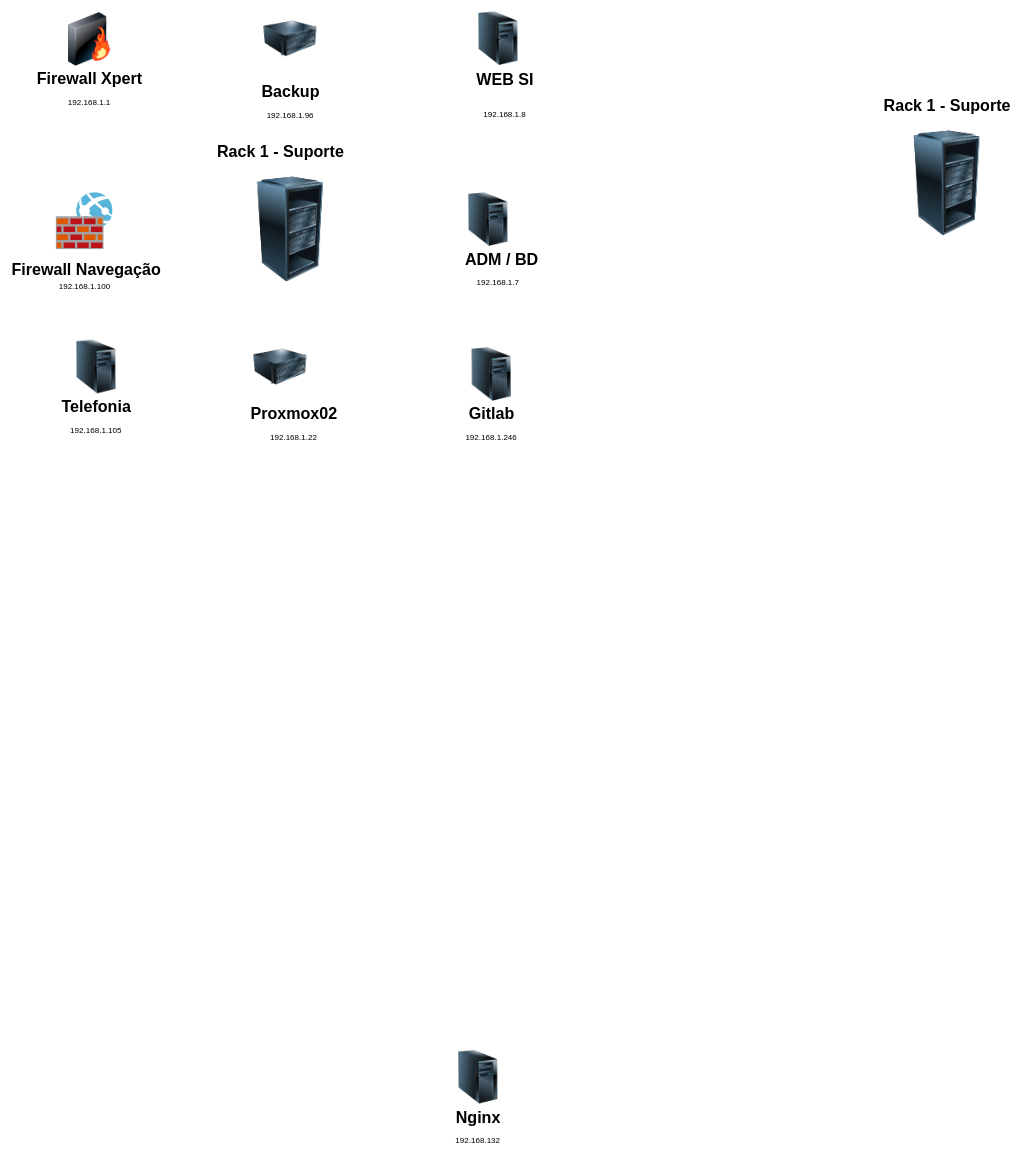
Earlier version of the draw.io diagram Diagrama Xpert.drawio (vagnerxpert/teste). Source tidied: cells renumbered, new cells numbered last; positions are measured from the earlier drawing's top-left corner, leaving out a move shared by most shapes. Both pictures are drawn from the tidied source at 67%, with x=0, y=0 at pixel (50, 11).
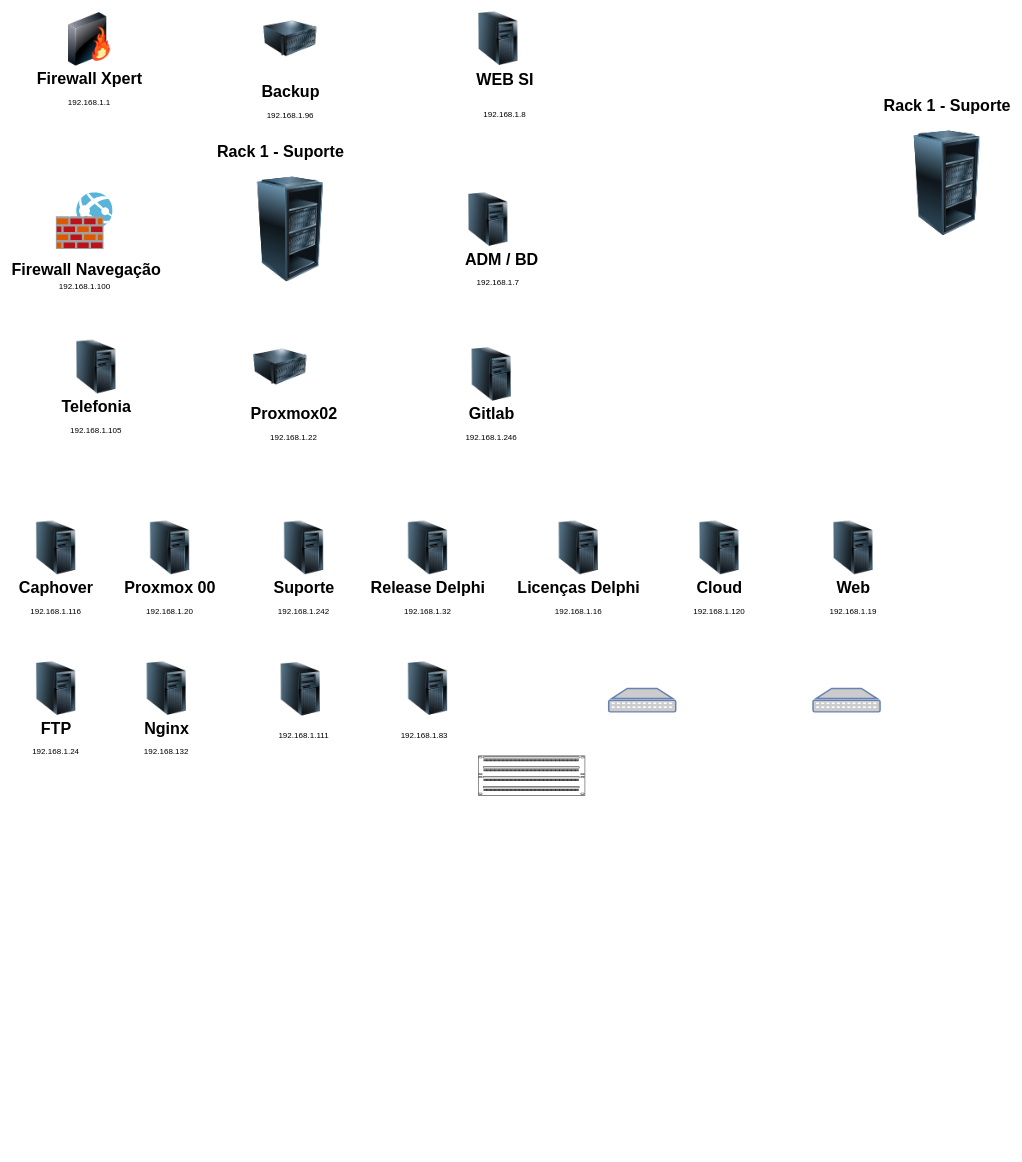
After the change.

The edit, as a diff of the source:
```diff
@@
     <mxCell id="8" style="image;html=1;image=img/lib/clip_art/computers/Server_Tower_128x128.png;labelBackgroundColor=none;" parent="1" vertex="1">
-      <mxGeometry x="598" y="1550" width="80" height="80" as="geometry" />
+      <mxGeometry x="133" y="970" width="80" height="80" as="geometry" />
     </mxCell>
@@
     <mxCell id="23" value="Nginx" style="text;strokeColor=none;fillColor=none;html=1;fontSize=24;fontStyle=1;verticalAlign=middle;align=center;" parent="1" vertex="1">
-      <mxGeometry x="588" y="1631" width="100" height="40" as="geometry" />
+      <mxGeometry x="123" y="1051" width="100" height="40" as="geometry" />
     </mxCell>
     <mxCell id="24" value="192.168.132" style="text;html=1;whiteSpace=wrap;strokeColor=none;fillColor=none;align=center;verticalAlign=middle;rounded=0;" parent="1" vertex="1">
-      <mxGeometry x="593" y="1670" width="90" height="30" as="geometry" />
+      <mxGeometry x="128" y="1090" width="90" height="30" as="geometry" />
     </mxCell>
@@
+    <mxCell id="33" style="image;html=1;image=img/lib/clip_art/computers/Server_Tower_128x128.png;labelBackgroundColor=none;" parent="1" vertex="1">
+      <mxGeometry x="-32" y="760" width="80" height="80" as="geometry" />
+    </mxCell>
+    <mxCell id="34" value="Caphover" style="text;strokeColor=none;fillColor=none;html=1;fontSize=24;fontStyle=1;verticalAlign=middle;align=center;" parent="1" vertex="1">
+      <mxGeometry x="-42" y="840" width="100" height="40" as="geometry" />
+    </mxCell>
+    <mxCell id="35" value="192.168.1.116" style="text;html=1;whiteSpace=wrap;strokeColor=none;fillColor=none;align=center;verticalAlign=middle;rounded=0;" parent="1" vertex="1">
+      <mxGeometry x="-42" y="880" width="100" height="30" as="geometry" />
+    </mxCell>
+    <mxCell id="36" style="image;html=1;image=img/lib/clip_art/computers/Server_Tower_128x128.png;labelBackgroundColor=none;" parent="1" vertex="1">
+      <mxGeometry x="138" y="760" width="80" height="80" as="geometry" />
+    </mxCell>
+    <mxCell id="37" value="Proxmox 00" style="text;strokeColor=none;fillColor=none;html=1;fontSize=24;fontStyle=1;verticalAlign=middle;align=center;" parent="1" vertex="1">
+      <mxGeometry x="128" y="840" width="100" height="40" as="geometry" />
+    </mxCell>
+    <mxCell id="38" value="192.168.1.20" style="text;html=1;whiteSpace=wrap;strokeColor=none;fillColor=none;align=center;verticalAlign=middle;rounded=0;" parent="1" vertex="1">
+      <mxGeometry x="133" y="880" width="90" height="30" as="geometry" />
+    </mxCell>
+    <mxCell id="39" style="image;html=1;image=img/lib/clip_art/computers/Server_Tower_128x128.png;labelBackgroundColor=none;" parent="1" vertex="1">
+      <mxGeometry x="338" y="760" width="80" height="80" as="geometry" />
+    </mxCell>
+    <mxCell id="40" value="Suporte" style="text;strokeColor=none;fillColor=none;html=1;fontSize=24;fontStyle=1;verticalAlign=middle;align=center;" parent="1" vertex="1">
+      <mxGeometry x="328" y="840" width="100" height="40" as="geometry" />
+    </mxCell>
+    <mxCell id="41" value="192.168.1.242" style="text;html=1;whiteSpace=wrap;strokeColor=none;fillColor=none;align=center;verticalAlign=middle;rounded=0;" parent="1" vertex="1">
+      <mxGeometry x="328" y="880" width="100" height="30" as="geometry" />
+    </mxCell>
+    <mxCell id="42" style="image;html=1;image=img/lib/clip_art/computers/Server_Tower_128x128.png;labelBackgroundColor=none;" parent="1" vertex="1">
+      <mxGeometry x="523" y="760" width="80" height="80" as="geometry" />
+    </mxCell>
+    <mxCell id="43" value="Release Delphi" style="text;strokeColor=none;fillColor=none;html=1;fontSize=24;fontStyle=1;verticalAlign=middle;align=center;" parent="1" vertex="1">
+      <mxGeometry x="513" y="840" width="100" height="40" as="geometry" />
+    </mxCell>
+    <mxCell id="44" value="192.168.1.32" style="text;html=1;whiteSpace=wrap;strokeColor=none;fillColor=none;align=center;verticalAlign=middle;rounded=0;" parent="1" vertex="1">
+      <mxGeometry x="518" y="880" width="90" height="30" as="geometry" />
+    </mxCell>
+    <mxCell id="45" style="image;html=1;image=img/lib/clip_art/computers/Server_Tower_128x128.png;labelBackgroundColor=none;" parent="1" vertex="1">
+      <mxGeometry x="748" y="760" width="80" height="80" as="geometry" />
+    </mxCell>
+    <mxCell id="46" value="Licenças Delphi" style="text;strokeColor=none;fillColor=none;html=1;fontSize=24;fontStyle=1;verticalAlign=middle;align=center;" parent="1" vertex="1">
+      <mxGeometry x="738" y="840" width="100" height="40" as="geometry" />
+    </mxCell>
+    <mxCell id="47" value="192.168.1.16" style="text;html=1;whiteSpace=wrap;strokeColor=none;fillColor=none;align=center;verticalAlign=middle;rounded=0;" parent="1" vertex="1">
+      <mxGeometry x="743" y="880" width="90" height="30" as="geometry" />
+    </mxCell>
+    <mxCell id="48" style="image;html=1;image=img/lib/clip_art/computers/Server_Tower_128x128.png;labelBackgroundColor=none;" parent="1" vertex="1">
+      <mxGeometry x="958" y="760" width="80" height="80" as="geometry" />
+    </mxCell>
+    <mxCell id="49" value="Cloud" style="text;strokeColor=none;fillColor=none;html=1;fontSize=24;fontStyle=1;verticalAlign=middle;align=center;" parent="1" vertex="1">
+      <mxGeometry x="948" y="840" width="100" height="40" as="geometry" />
+    </mxCell>
+    <mxCell id="50" value="192.168.1.120" style="text;html=1;whiteSpace=wrap;strokeColor=none;fillColor=none;align=center;verticalAlign=middle;rounded=0;" parent="1" vertex="1">
+      <mxGeometry x="948" y="880" width="100" height="30" as="geometry" />
+    </mxCell>
+    <mxCell id="51" style="image;html=1;image=img/lib/clip_art/computers/Server_Tower_128x128.png;labelBackgroundColor=none;" parent="1" vertex="1">
+      <mxGeometry x="1158" y="760" width="80" height="80" as="geometry" />
+    </mxCell>
+    <mxCell id="52" value="Web" style="text;strokeColor=none;fillColor=none;html=1;fontSize=24;fontStyle=1;verticalAlign=middle;align=center;" parent="1" vertex="1">
+      <mxGeometry x="1148" y="840" width="100" height="40" as="geometry" />
+    </mxCell>
+    <mxCell id="53" value="192.168.1.19" style="text;html=1;whiteSpace=wrap;strokeColor=none;fillColor=none;align=center;verticalAlign=middle;rounded=0;" parent="1" vertex="1">
+      <mxGeometry x="1153" y="880" width="90" height="30" as="geometry" />
+    </mxCell>
+    <mxCell id="54" style="image;html=1;image=img/lib/clip_art/computers/Server_Tower_128x128.png;labelBackgroundColor=none;" parent="1" vertex="1">
+      <mxGeometry x="-32" y="970" width="80" height="80" as="geometry" />
+    </mxCell>
+    <mxCell id="55" value="FTP" style="text;strokeColor=none;fillColor=none;html=1;fontSize=24;fontStyle=1;verticalAlign=middle;align=center;" parent="1" vertex="1">
+      <mxGeometry x="-42" y="1050" width="100" height="40" as="geometry" />
+    </mxCell>
+    <mxCell id="56" value="&lt;div&gt;192.168.1.24&lt;/div&gt;" style="text;html=1;whiteSpace=wrap;strokeColor=none;fillColor=none;align=center;verticalAlign=middle;rounded=0;" parent="1" vertex="1">
+      <mxGeometry x="-37" y="1090" width="90" height="30" as="geometry" />
+    </mxCell>
+    <mxCell id="57" style="image;html=1;image=img/lib/clip_art/computers/Server_Tower_128x128.png;labelBackgroundColor=none;" parent="1" vertex="1">
+      <mxGeometry x="333" y="971" width="80" height="80" as="geometry" />
+    </mxCell>
+    <mxCell id="58" value="192.168.1.111" style="text;html=1;whiteSpace=wrap;strokeColor=none;fillColor=none;align=center;verticalAlign=middle;rounded=0;" parent="1" vertex="1">
+      <mxGeometry x="328" y="1065" width="100" height="30" as="geometry" />
+    </mxCell>
+    <mxCell id="59" style="image;html=1;image=img/lib/clip_art/computers/Server_Tower_128x128.png;labelBackgroundColor=none;" parent="1" vertex="1">
+      <mxGeometry x="523" y="970" width="80" height="80" as="geometry" />
+    </mxCell>
+    <mxCell id="60" value="192.168.1.83" style="text;html=1;whiteSpace=wrap;strokeColor=none;fillColor=none;align=center;verticalAlign=middle;rounded=0;" parent="1" vertex="1">
+      <mxGeometry x="513" y="1065" width="90" height="30" as="geometry" />
+    </mxCell>
+    <mxCell id="61" style="fontColor=#0066CC;verticalAlign=top;verticalLabelPosition=bottom;labelPosition=center;align=center;html=1;fillColor=#CCCCCC;strokeColor=#6881B3;gradientColor=none;gradientDirection=north;strokeWidth=2;shape=mxgraph.networks.patch_panel;" parent="1" vertex="1">
+      <mxGeometry x="833" y="1010" width="100" height="35" as="geometry" />
+    </mxCell>
+    <mxCell id="62" style="fontColor=#0066CC;verticalAlign=top;verticalLabelPosition=bottom;labelPosition=center;align=center;html=1;fillColor=#CCCCCC;strokeColor=#6881B3;gradientColor=none;gradientDirection=north;strokeWidth=2;shape=mxgraph.networks.patch_panel;" parent="1" vertex="1">
+      <mxGeometry x="1138" y="1010" width="100" height="35" as="geometry" />
+    </mxCell>
+    <mxCell id="63" style="strokeColor=#666666;html=1;labelPosition=right;align=left;spacingLeft=15;shadow=0;dashed=0;shape=mxgraph.rack.general.cat5e_rack_mount_patch_panel_96_ports;" parent="1" vertex="1">
+      <mxGeometry x="638" y="1110" width="160" height="60" as="geometry" />
+    </mxCell>
```
